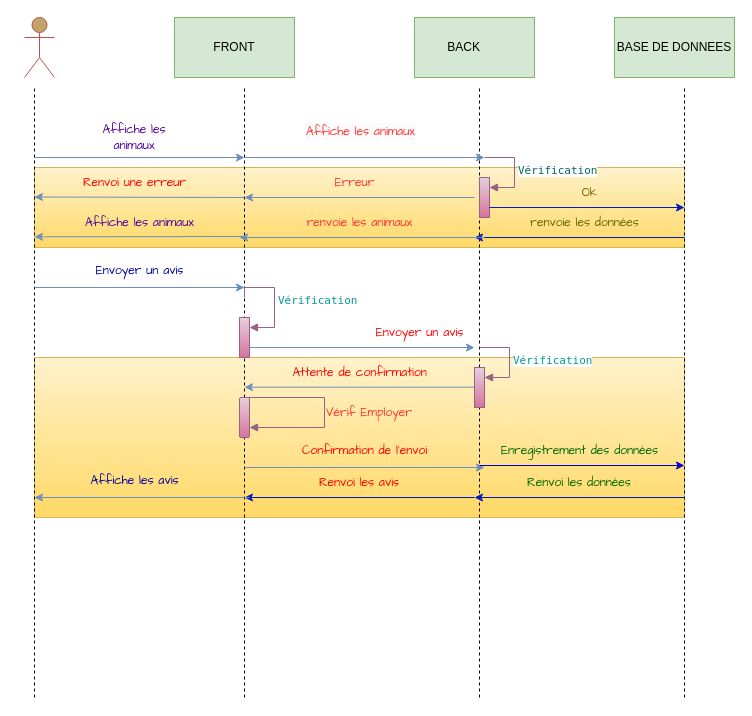
Earlier version of the draw.io diagram Diagramme séquence.drawio (ThibautOV/ZooArcadia). Source tidied: cells renumbered, new cells numbered last; positions are measured from the earlier drawing's top-left corner, leaving out a move shared by most shapes. Both pictures are drawn from the tidied source at 100%, with x=0, y=0 at pixel (24, 17).
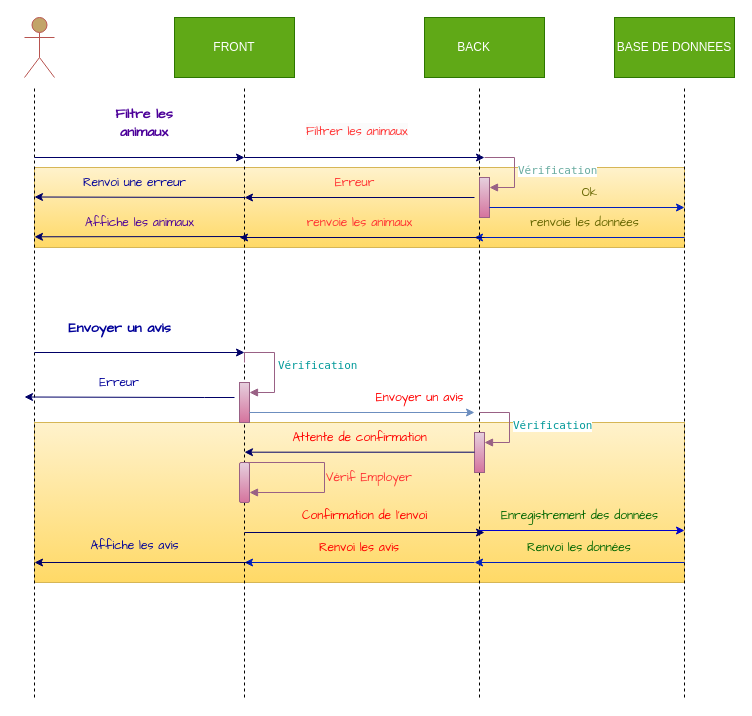
The same diagram, later.

Unchanged cells that the change refers to:
```xml
<mxCell id="16" style="html=1;points=[[0,0,0,0,5],[0,1,0,0,-5],[1,0,0,0,5],[1,1,0,0,-5]];perimeter=orthogonalPerimeter;outlineConnect=0;targetShapes=umlLifeline;portConstraint=eastwest;newEdgeStyle={&quot;curved&quot;:0,&quot;rounded&quot;:0};fillColor=#e6d0de;strokeColor=#996185;gradientColor=#d5739d;" parent="1" vertex="1">
  <mxGeometry x="455" y="160" width="10" height="40" as="geometry" />
</mxCell>
```

The edit, as a diff of the source:
```diff
@@
     <mxCell id="2" style="rounded=0;whiteSpace=wrap;html=1;fillColor=#fff2cc;gradientColor=#ffd966;strokeColor=#d6b656;" parent="1" vertex="1">
-      <mxGeometry x="10" y="340" width="650" height="160" as="geometry" />
+      <mxGeometry x="10" y="405" width="650" height="160" as="geometry" />
     </mxCell>
@@
-    <mxCell id="5" value="FRONT" style="rounded=0;whiteSpace=wrap;html=1;fillColor=#d5e8d4;strokeColor=#82b366;" parent="1" vertex="1">
+    <mxCell id="5" value="FRONT" style="rounded=0;whiteSpace=wrap;html=1;fillColor=#60a917;strokeColor=#2D7600;fontColor=#ffffff;" parent="1" vertex="1">
       <mxGeometry x="150" width="120" height="60" as="geometry" />
     </mxCell>
-    <mxCell id="6" value="BACK&lt;span style=&quot;white-space: pre;&quot;&gt;&#9;&lt;/span&gt;" style="rounded=0;whiteSpace=wrap;html=1;fillColor=#d5e8d4;strokeColor=#82b366;" parent="1" vertex="1">
-      <mxGeometry x="390" width="120" height="60" as="geometry" />
+    <mxCell id="6" value="BACK&lt;span style=&quot;white-space: pre;&quot;&gt;&#9;&lt;/span&gt;" style="rounded=0;whiteSpace=wrap;html=1;fillColor=#60a917;strokeColor=#2D7600;fontColor=#ffffff;" parent="1" vertex="1">
+      <mxGeometry x="400" width="120" height="60" as="geometry" />
     </mxCell>
-    <mxCell id="7" value="BASE DE DONNEES" style="rounded=0;whiteSpace=wrap;html=1;fillColor=#d5e8d4;strokeColor=#82b366;" parent="1" vertex="1">
+    <mxCell id="7" value="BASE DE DONNEES" style="rounded=0;whiteSpace=wrap;html=1;fillColor=#60a917;strokeColor=#2D7600;fontColor=#ffffff;" parent="1" vertex="1">
       <mxGeometry x="590" width="120" height="60" as="geometry" />
     </mxCell>
@@
-    <mxCell id="12" style="endArrow=classic;html=1;rounded=0;fillColor=#dae8fc;strokeColor=#6c8ebf;" parent="1" edge="1">
+    <mxCell id="12" style="endArrow=classic;html=1;rounded=0;fillColor=#dae8fc;strokeColor=#000066;" parent="1" edge="1">
       <mxGeometry relative="1" as="geometry">
         <mxPoint x="10" y="140" as="sourcePoint" />
         <mxPoint x="220" y="140" as="targetPoint" />
       </mxGeometry>
     </mxCell>
-    <mxCell id="13" style="endArrow=classic;html=1;rounded=0;fillColor=#dae8fc;strokeColor=#6c8ebf;" parent="1" edge="1">
+    <mxCell id="13" style="endArrow=classic;html=1;rounded=0;fillColor=#dae8fc;strokeColor=#000066;" parent="1" edge="1">
       <mxGeometry relative="1" as="geometry">
         <mxPoint x="220" y="140" as="sourcePoint" />
         <mxPoint x="460" y="140" as="targetPoint" />
       </mxGeometry>
     </mxCell>
-    <mxCell id="14" value="&lt;font color=&quot;#4c0099&quot; face=&quot;Comic Sans MS&quot;&gt;Affiche les animaux&lt;/font&gt;" style="text;html=1;strokeColor=none;fillColor=none;align=center;verticalAlign=middle;whiteSpace=wrap;overflow=hidden;" parent="1" vertex="1">
-      <mxGeometry x="70" y="100" width="80" height="40" as="geometry" />
+    <mxCell id="14" value="&lt;h3&gt;&lt;font color=&quot;#4c0099&quot; face=&quot;Comic Sans MS&quot;&gt;Filtre les animaux&lt;/font&gt;&lt;/h3&gt;" style="text;html=1;strokeColor=none;fillColor=none;align=center;verticalAlign=middle;whiteSpace=wrap;overflow=hidden;" parent="1" vertex="1">
+      <mxGeometry x="70" y="70" width="100" height="70" as="geometry" />
     </mxCell>
-    <mxCell id="15" value="&lt;span style=&quot;color: rgb(255, 51, 51); font-family: &amp;quot;Comic Sans MS&amp;quot;; font-size: 12px; font-style: normal; font-variant-ligatures: normal; font-variant-caps: normal; font-weight: 400; letter-spacing: normal; orphans: 2; text-align: center; text-indent: 0px; text-transform: none; widows: 2; word-spacing: 0px; -webkit-text-stroke-width: 0px; white-space: normal; background-color: rgb(251, 251, 251); text-decoration-thickness: initial; text-decoration-style: initial; text-decoration-color: initial; display: inline !important; float: none;&quot;&gt;Affiche les animaux&lt;/span&gt;" style="text;whiteSpace=wrap;html=1;" parent="1" vertex="1">
+    <mxCell id="15" value="&lt;span style=&quot;color: rgb(255, 51, 51); font-family: &amp;quot;Comic Sans MS&amp;quot;; font-size: 12px; font-style: normal; font-variant-ligatures: normal; font-variant-caps: normal; font-weight: 400; letter-spacing: normal; orphans: 2; text-align: center; text-indent: 0px; text-transform: none; widows: 2; word-spacing: 0px; -webkit-text-stroke-width: 0px; white-space: normal; background-color: rgb(251, 251, 251); text-decoration-thickness: initial; text-decoration-style: initial; text-decoration-color: initial; display: inline !important; float: none;&quot;&gt;Filtrer les animaux&lt;/span&gt;" style="text;whiteSpace=wrap;html=1;" parent="1" vertex="1">
       <mxGeometry x="280" y="100" width="140" height="40" as="geometry" />
     </mxCell>
@@
-    <mxCell id="17" value="&lt;font color=&quot;#006666&quot; face=&quot;Lucida Console&quot;&gt;Vérification&lt;/font&gt;" style="html=1;align=left;spacingLeft=2;endArrow=block;rounded=0;edgeStyle=orthogonalEdgeStyle;curved=0;rounded=0;fillColor=#e6d0de;strokeColor=#996185;gradientColor=#d5739d;" parent="1" edge="1" target="16">
+    <mxCell id="17" value="&lt;font color=&quot;#67ab9f&quot; face=&quot;Lucida Console&quot;&gt;Vérification&lt;/font&gt;" style="html=1;align=left;spacingLeft=2;endArrow=block;rounded=0;edgeStyle=orthogonalEdgeStyle;curved=0;rounded=0;fillColor=#e6d0de;strokeColor=#996185;gradientColor=#d5739d;" parent="1" edge="1" target="16">
       <mxGeometry x="0.01" relative="1" as="geometry">
         <mxPoint x="460" y="140" as="sourcePoint" />
         <Array as="points">
           <mxPoint x="490" y="170" />
         </Array>
       </mxGeometry>
     </mxCell>
-    <mxCell id="18" style="endArrow=classic;html=1;rounded=0;fillColor=#dae8fc;strokeColor=#6c8ebf;" parent="1" edge="1">
+    <mxCell id="18" style="endArrow=classic;html=1;rounded=0;fillColor=#dae8fc;strokeColor=#000066;" parent="1" edge="1">
       <mxGeometry relative="1" as="geometry">
         <mxPoint x="450" y="180" as="sourcePoint" />
         <mxPoint x="220" y="180" as="targetPoint" />
       </mxGeometry>
     </mxCell>
-    <mxCell id="19" style="endArrow=classic;html=1;rounded=0;fillColor=#dae8fc;strokeColor=#6c8ebf;" parent="1" edge="1">
+    <mxCell id="19" style="endArrow=classic;html=1;rounded=0;fillColor=#dae8fc;strokeColor=#000066;" parent="1" edge="1">
       <mxGeometry relative="1" as="geometry">
         <mxPoint x="220" y="180" as="sourcePoint" />
         <mxPoint x="10" y="179.5" as="targetPoint" />
       </mxGeometry>
     </mxCell>
@@
-    <mxCell id="21" value="&lt;font color=&quot;#ff0000&quot; face=&quot;Comic Sans MS&quot;&gt;Renvoi une erreur&lt;/font&gt;" style="text;html=1;align=center;verticalAlign=middle;strokeColor=none;fillColor=none;" parent="1" vertex="1">
+    <mxCell id="21" value="&lt;font color=&quot;#000099&quot; face=&quot;Comic Sans MS&quot;&gt;Renvoi une erreur&lt;/font&gt;" style="text;html=1;align=center;verticalAlign=middle;strokeColor=none;fillColor=none;" parent="1" vertex="1">
       <mxGeometry x="50" y="150" width="120" height="30" as="geometry" />
     </mxCell>
@@
-    <mxCell id="26" style="endArrow=classic;html=1;rounded=0;fillColor=#dae8fc;strokeColor=#6c8ebf;" parent="1" edge="1">
+    <mxCell id="26" style="endArrow=classic;html=1;rounded=0;fillColor=#dae8fc;strokeColor=#000066;" parent="1" edge="1">
       <mxGeometry relative="1" as="geometry">
         <mxPoint x="460" y="220" as="sourcePoint" />
         <mxPoint x="215" y="220" as="targetPoint" />
       </mxGeometry>
     </mxCell>
@@
-    <mxCell id="28" style="endArrow=classic;html=1;rounded=0;fillColor=#dae8fc;strokeColor=#6c8ebf;" parent="1" edge="1">
+    <mxCell id="28" style="endArrow=classic;html=1;rounded=0;fillColor=#dae8fc;strokeColor=#000066;" parent="1" edge="1">
       <mxGeometry relative="1" as="geometry">
         <mxPoint x="220" y="219" as="sourcePoint" />
         <mxPoint x="10" y="219.3" as="targetPoint" />
       </mxGeometry>
     </mxCell>
@@
-    <mxCell id="30" style="endArrow=classic;html=1;rounded=0;fillColor=#dae8fc;strokeColor=#6c8ebf;" parent="1" edge="1">
+    <mxCell id="30" style="endArrow=classic;html=1;rounded=0;fillColor=#dae8fc;strokeColor=#000066;" parent="1" edge="1">
       <mxGeometry relative="1" as="geometry">
-        <mxPoint x="10" y="270" as="sourcePoint" />
-        <mxPoint x="220" y="270" as="targetPoint" />
+        <mxPoint x="10" y="335" as="sourcePoint" />
+        <mxPoint x="220" y="335" as="targetPoint" />
       </mxGeometry>
     </mxCell>
-    <mxCell id="31" value="&lt;font color=&quot;#000099&quot; face=&quot;Comic Sans MS&quot;&gt;Envoyer un avis&lt;/font&gt;" style="text;html=1;align=center;verticalAlign=middle;strokeColor=none;fillColor=none;" parent="1" vertex="1">
-      <mxGeometry x="60" y="238" width="110" height="30" as="geometry" />
+    <mxCell id="31" value="&lt;h3&gt;&lt;font color=&quot;#000099&quot; face=&quot;Comic Sans MS&quot;&gt;Envoyer un avis&lt;/font&gt;&lt;/h3&gt;" style="text;html=1;align=center;verticalAlign=middle;strokeColor=none;fillColor=none;" parent="1" vertex="1">
+      <mxGeometry x="30" y="280" width="130" height="60" as="geometry" />
     </mxCell>
     <mxCell id="32" style="html=1;points=[[0,0,0,0,5],[0,1,0,0,-5],[1,0,0,0,5],[1,1,0,0,-5]];perimeter=orthogonalPerimeter;outlineConnect=0;targetShapes=umlLifeline;portConstraint=eastwest;newEdgeStyle={&quot;curved&quot;:0,&quot;rounded&quot;:0};fillColor=#e6d0de;gradientColor=#d5739d;strokeColor=#996185;" parent="1" vertex="1">
-      <mxGeometry x="215" y="300" width="10" height="40" as="geometry" />
+      <mxGeometry x="215" y="365" width="10" height="40" as="geometry" />
     </mxCell>
     <mxCell id="33" value="&lt;font color=&quot;#009999&quot; face=&quot;Lucida Console&quot;&gt;Vérification&lt;/font&gt;" style="html=1;align=left;spacingLeft=2;endArrow=block;rounded=0;edgeStyle=orthogonalEdgeStyle;curved=0;rounded=0;fillColor=#e6d0de;gradientColor=#d5739d;strokeColor=#996185;" parent="1" edge="1" target="32">
       <mxGeometry relative="1" as="geometry">
-        <mxPoint x="220" y="280" as="sourcePoint" />
+        <mxPoint x="220" y="345" as="sourcePoint" />
         <Array as="points">
-          <mxPoint x="220" y="270" />
-          <mxPoint x="250" y="270" />
-          <mxPoint x="250" y="310" />
+          <mxPoint x="220" y="335" />
+          <mxPoint x="250" y="335" />
+          <mxPoint x="250" y="375" />
         </Array>
       </mxGeometry>
     </mxCell>
     <mxCell id="34" style="endArrow=classic;html=1;rounded=0;fillColor=#dae8fc;strokeColor=#6c8ebf;" parent="1" edge="1">
       <mxGeometry relative="1" as="geometry">
-        <mxPoint x="225" y="330" as="sourcePoint" />
-        <mxPoint x="450" y="330" as="targetPoint" />
+        <mxPoint x="225" y="395" as="sourcePoint" />
+        <mxPoint x="450" y="395" as="targetPoint" />
       </mxGeometry>
     </mxCell>
     <mxCell id="35" value="&lt;font color=&quot;#ff0000&quot; face=&quot;Comic Sans MS&quot;&gt;Envoyer un avis&lt;/font&gt;" style="text;html=1;align=center;verticalAlign=middle;strokeColor=none;fillColor=none;" parent="1" vertex="1">
-      <mxGeometry x="340" y="300" width="110" height="30" as="geometry" />
+      <mxGeometry x="340" y="365" width="110" height="30" as="geometry" />
     </mxCell>
     <mxCell id="36" style="html=1;points=[[0,0,0,0,5],[0,1,0,0,-5],[1,0,0,0,5],[1,1,0,0,-5]];perimeter=orthogonalPerimeter;outlineConnect=0;targetShapes=umlLifeline;portConstraint=eastwest;newEdgeStyle={&quot;curved&quot;:0,&quot;rounded&quot;:0};fillColor=#e6d0de;gradientColor=#d5739d;strokeColor=#996185;" parent="1" vertex="1">
-      <mxGeometry x="450" y="350" width="10" height="40" as="geometry" />
+      <mxGeometry x="450" y="415" width="10" height="40" as="geometry" />
     </mxCell>
     <mxCell id="37" value="&lt;font color=&quot;#009999&quot; face=&quot;Lucida Console&quot;&gt;Vérification&lt;/font&gt;" style="html=1;align=left;spacingLeft=2;endArrow=block;rounded=0;edgeStyle=orthogonalEdgeStyle;curved=0;rounded=0;fillColor=#e6d0de;gradientColor=#d5739d;strokeColor=#996185;" parent="1" edge="1" target="36">
       <mxGeometry relative="1" as="geometry">
-        <mxPoint x="455" y="330" as="sourcePoint" />
+        <mxPoint x="455" y="395" as="sourcePoint" />
         <Array as="points">
-          <mxPoint x="485" y="360" />
+          <mxPoint x="485" y="425" />
         </Array>
       </mxGeometry>
     </mxCell>
-    <mxCell id="38" style="endArrow=classic;html=1;rounded=0;fillColor=#dae8fc;strokeColor=#6c8ebf;" parent="1" edge="1">
+    <mxCell id="38" style="endArrow=classic;html=1;rounded=0;fillColor=#dae8fc;strokeColor=#000066;" parent="1" edge="1">
       <mxGeometry relative="1" as="geometry">
-        <mxPoint x="450" y="369.7" as="sourcePoint" />
-        <mxPoint x="220" y="369.7" as="targetPoint" />
+        <mxPoint x="450" y="434.7" as="sourcePoint" />
+        <mxPoint x="220" y="434.7" as="targetPoint" />
       </mxGeometry>
     </mxCell>
     <mxCell id="39" value="&lt;font face=&quot;Comic Sans MS&quot; color=&quot;#ff0000&quot;&gt;Attente de confirmation&lt;/font&gt;" style="text;html=1;align=center;verticalAlign=middle;strokeColor=none;fillColor=none;" parent="1" vertex="1">
-      <mxGeometry x="255" y="340" width="160" height="30" as="geometry" />
+      <mxGeometry x="255" y="405" width="160" height="30" as="geometry" />
     </mxCell>
     <mxCell id="40" style="html=1;align=left;spacingLeft=2;endArrow=block;rounded=0;edgeStyle=orthogonalEdgeStyle;curved=0;rounded=0;fillColor=#e6d0de;gradientColor=#d5739d;strokeColor=#996185;" parent="1" edge="1" target="50">
       <mxGeometry relative="1" as="geometry">
-        <mxPoint x="220" y="380" as="sourcePoint" />
+        <mxPoint x="220" y="445" as="sourcePoint" />
         <Array as="points">
-          <mxPoint x="300" y="380" />
-          <mxPoint x="300" y="410" />
+          <mxPoint x="300" y="445" />
+          <mxPoint x="300" y="475" />
         </Array>
       </mxGeometry>
     </mxCell>
-    <mxCell id="41" style="endArrow=classic;html=1;rounded=0;fillColor=#dae8fc;strokeColor=#6c8ebf;" parent="1" edge="1">
+    <mxCell id="41" style="endArrow=classic;html=1;rounded=0;fillColor=#dae8fc;strokeColor=#000066;" parent="1" edge="1">
       <mxGeometry relative="1" as="geometry">
-        <mxPoint x="220" y="450" as="sourcePoint" />
-        <mxPoint x="460" y="450" as="targetPoint" />
+        <mxPoint x="220" y="515" as="sourcePoint" />
+        <mxPoint x="460" y="515" as="targetPoint" />
       </mxGeometry>
     </mxCell>
     <mxCell id="42" value="&lt;font color=&quot;#ff0000&quot; face=&quot;Comic Sans MS&quot;&gt;Confirmation de l'envoi&lt;/font&gt;" style="text;html=1;align=center;verticalAlign=middle;strokeColor=none;fillColor=none;" parent="1" vertex="1">
-      <mxGeometry x="265" y="418" width="150" height="30" as="geometry" />
+      <mxGeometry x="265" y="483" width="150" height="30" as="geometry" />
     </mxCell>
     <mxCell id="43" style="endArrow=classic;html=1;rounded=0;fillColor=#dae8fc;strokeColor=#0000CC;" parent="1" edge="1">
       <mxGeometry relative="1" as="geometry">
-        <mxPoint x="455" y="448" as="sourcePoint" />
-        <mxPoint x="660" y="448" as="targetPoint" />
+        <mxPoint x="455" y="513" as="sourcePoint" />
+        <mxPoint x="660" y="513" as="targetPoint" />
       </mxGeometry>
     </mxCell>
     <mxCell id="44" value="&lt;font color=&quot;#006600&quot; face=&quot;Comic Sans MS&quot;&gt;Enregistrement des données&lt;/font&gt;" style="text;html=1;align=center;verticalAlign=middle;strokeColor=none;fillColor=none;" parent="1" vertex="1">
-      <mxGeometry x="465" y="418" width="180" height="30" as="geometry" />
+      <mxGeometry x="465" y="483" width="180" height="30" as="geometry" />
     </mxCell>
     <mxCell id="45" style="endArrow=classic;html=1;rounded=0;fillColor=#0050ef;strokeColor=#001DBC;" parent="1" edge="1">
       <mxGeometry relative="1" as="geometry">
-        <mxPoint x="660" y="480" as="sourcePoint" />
-        <mxPoint x="450" y="480" as="targetPoint" />
+        <mxPoint x="660" y="545" as="sourcePoint" />
+        <mxPoint x="450" y="545" as="targetPoint" />
       </mxGeometry>
     </mxCell>
     <mxCell id="46" style="endArrow=classic;html=1;rounded=0;fillColor=#0050ef;strokeColor=#001DBC;" parent="1" edge="1">
       <mxGeometry relative="1" as="geometry">
-        <mxPoint x="450" y="480" as="sourcePoint" />
-        <mxPoint x="220" y="480" as="targetPoint" />
+        <mxPoint x="450" y="545" as="sourcePoint" />
+        <mxPoint x="220" y="545" as="targetPoint" />
       </mxGeometry>
     </mxCell>
-    <mxCell id="47" style="endArrow=classic;html=1;rounded=0;fillColor=#dae8fc;strokeColor=#6c8ebf;" parent="1" edge="1">
+    <mxCell id="47" style="endArrow=classic;html=1;rounded=0;fillColor=#dae8fc;strokeColor=#000066;" parent="1" edge="1">
       <mxGeometry relative="1" as="geometry">
-        <mxPoint x="225" y="480" as="sourcePoint" />
-        <mxPoint x="10" y="480" as="targetPoint" />
+        <mxPoint x="225" y="545" as="sourcePoint" />
+        <mxPoint x="10" y="545" as="targetPoint" />
       </mxGeometry>
     </mxCell>
     <mxCell id="48" value="&lt;font color=&quot;#000099&quot; face=&quot;Comic Sans MS&quot;&gt;Affiche les avis&lt;/font&gt;" style="text;html=1;align=center;verticalAlign=middle;strokeColor=none;fillColor=none;" parent="1" vertex="1">
-      <mxGeometry x="55" y="448" width="110" height="30" as="geometry" />
+      <mxGeometry x="55" y="513" width="110" height="30" as="geometry" />
     </mxCell>
     <mxCell id="49" value="&lt;font color=&quot;#006600&quot; face=&quot;Comic Sans MS&quot;&gt;Renvoi les données&lt;/font&gt;" style="text;html=1;align=center;verticalAlign=middle;whiteSpace=wrap;rounded=0;" parent="1" vertex="1">
-      <mxGeometry x="490" y="450" width="130" height="30" as="geometry" />
+      <mxGeometry x="490" y="515" width="130" height="30" as="geometry" />
     </mxCell>
     <mxCell id="50" style="rounded=1;whiteSpace=wrap;html=1;fillColor=#e6d0de;gradientColor=#d5739d;strokeColor=#996185;" parent="1" vertex="1">
-      <mxGeometry x="215" y="380" width="10" height="40" as="geometry" />
+      <mxGeometry x="215" y="445" width="10" height="40" as="geometry" />
     </mxCell>
     <mxCell id="51" value="&lt;font color=&quot;#ff3333&quot; face=&quot;Comic Sans MS&quot;&gt;Vérif Employer&lt;/font&gt;" style="text;html=1;align=center;verticalAlign=middle;whiteSpace=wrap;rounded=0;" parent="1" vertex="1">
-      <mxGeometry x="300" y="380" width="90" height="30" as="geometry" />
+      <mxGeometry x="300" y="445" width="90" height="30" as="geometry" />
     </mxCell>
     <mxCell id="52" value="&lt;font color=&quot;#ff0000&quot; face=&quot;Comic Sans MS&quot;&gt;Renvoi les avis&lt;/font&gt;" style="text;html=1;align=center;verticalAlign=middle;whiteSpace=wrap;rounded=0;" parent="1" vertex="1">
-      <mxGeometry x="280" y="450" width="110" height="30" as="geometry" />
+      <mxGeometry x="280" y="515" width="110" height="30" as="geometry" />
     </mxCell>
+    <mxCell id="53" style="endArrow=classic;html=1;rounded=0;fillColor=#dae8fc;strokeColor=#000066;" parent="1" edge="1">
+      <mxGeometry relative="1" as="geometry">
+        <mxPoint x="210" y="380" as="sourcePoint" />
+        <mxPoint y="379.5" as="targetPoint" />
+        <Array as="points">
+          <mxPoint x="180" y="380" />
+        </Array>
+      </mxGeometry>
+    </mxCell>
+    <mxCell id="54" value="&lt;font color=&quot;#000099&quot; face=&quot;Comic Sans MS&quot;&gt;Erreur&lt;/font&gt;" style="text;html=1;align=center;verticalAlign=middle;whiteSpace=wrap;rounded=0;" parent="1" vertex="1">
+      <mxGeometry x="65" y="350" width="60" height="30" as="geometry" />
+    </mxCell>
```
